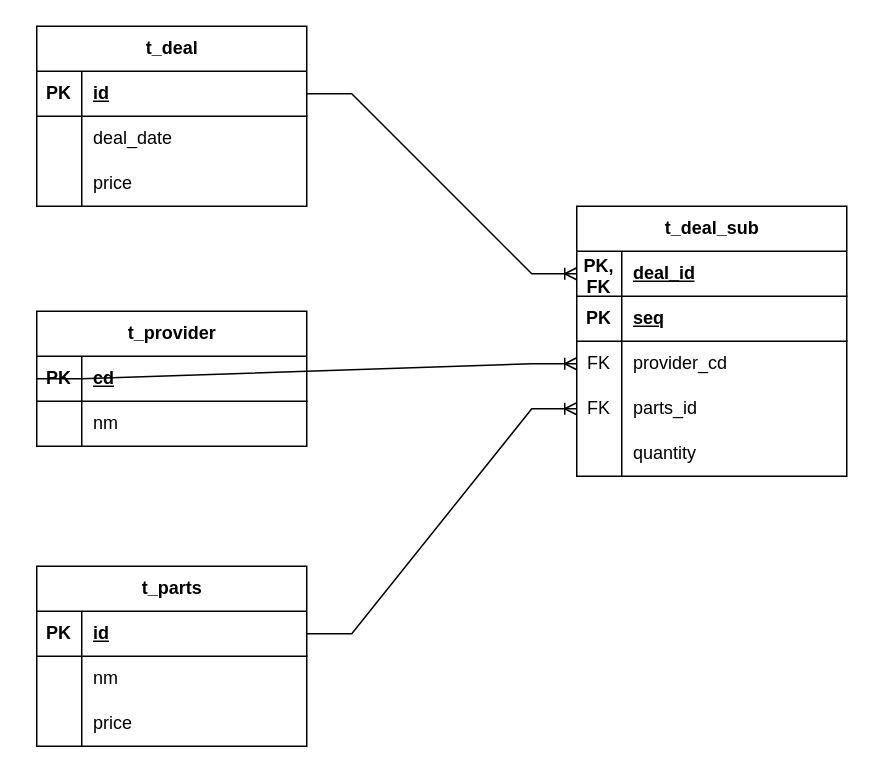
The draw.io diagram normal.drawio in Shin-HyoungJoo/SQLstudy, before the edit. Source tidied: cells renumbered, new cells numbered last; positions are measured from the earlier drawing's top-left corner, leaving out a move shared by most shapes. Both pictures are drawn from the tidied source at 150%, with x=0, y=0 at pixel (36, 26).
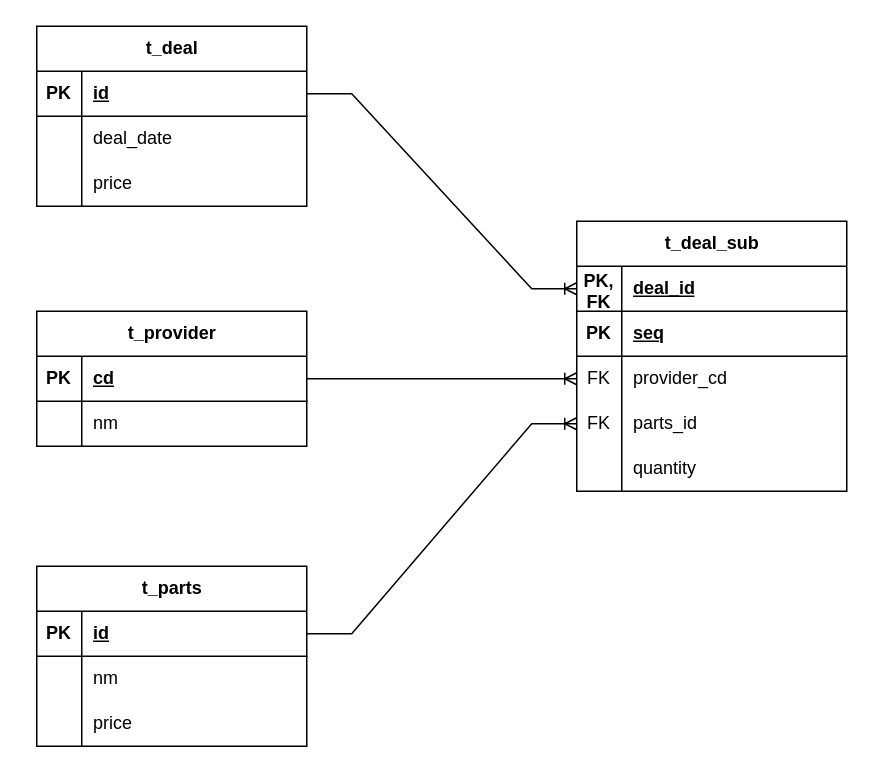
The same page after the edit.

The change refers to these unchanged cells:
```xml
<mxCell id="19" style="shape=tableRow;horizontal=0;startSize=0;swimlaneHead=0;swimlaneBody=0;fillColor=none;points=[[0,0.5],[1,0.5]];portConstraint=eastwest;top=0;left=0;right=0;bottom=0;" parent="12" vertex="1">
  <mxGeometry y="90" width="180" height="30" as="geometry" />
</mxCell>
<mxCell id="29" style="shape=tableRow;horizontal=0;startSize=0;swimlaneHead=0;swimlaneBody=0;fillColor=none;points=[[0,0.5],[1,0.5]];portConstraint=eastwest;top=0;left=0;right=0;bottom=1;" parent="28" vertex="1">
  <mxGeometry y="30" width="180" height="30" as="geometry" />
</mxCell>
```

What changed in the source:
```diff
@@
     <mxCell id="12" value="t_deal_sub" style="shape=table;startSize=30;childLayout=tableLayout;rowLines=0;fontStyle=1;align=center;html=1;" parent="1" vertex="1">
-      <mxGeometry x="360" y="120" width="180" height="180" as="geometry" />
+      <mxGeometry x="360" y="130" width="180" height="180" as="geometry" />
     </mxCell>
@@
-    <mxCell id="47" style="edgeStyle=entityRelationEdgeStyle;fontSize=12;html=1;endArrow=ERoneToMany;rounded=0;exitX=0;exitY=0.5;exitDx=0;exitDy=0;entryX=0;entryY=0.5;entryDx=0;entryDy=0;" parent="1" edge="1" source="29" target="19">
+    <mxCell id="47" style="edgeStyle=entityRelationEdgeStyle;fontSize=12;html=1;endArrow=ERoneToMany;rounded=0;exitX=1;exitY=0.5;exitDx=0;exitDy=0;entryX=0;entryY=0.5;entryDx=0;entryDy=0;" parent="1" edge="1" source="29" target="19">
       <mxGeometry relative="1" as="geometry" />
     </mxCell>
```
